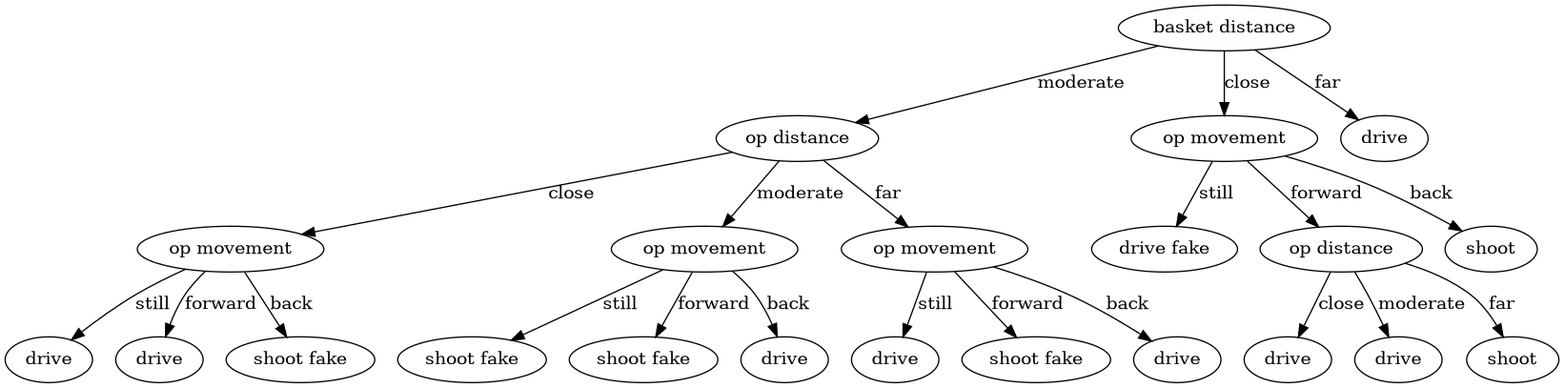
This is tree.gv.cairo.cairo.png from DreamAndDead/decision-trees-example, a Graphviz export, as it was before one commit. Its source is kept beside it as tree.gv. The source it was exported from:
```dot
digraph tree {
	0 [label="basket distance"]
	1 [label="op distance"]
	2 [label="op movement"]
	3 [label=drive]
	2 -> 3 [label=still]
	4 [label=drive]
	2 -> 4 [label=forward]
	5 [label="shoot fake"]
	2 -> 5 [label=back]
	1 -> 2 [label=close]
	6 [label="op movement"]
	7 [label="shoot fake"]
	6 -> 7 [label=still]
	8 [label="shoot fake"]
	6 -> 8 [label=forward]
	9 [label=drive]
	6 -> 9 [label=back]
	1 -> 6 [label=moderate]
	10 [label="op movement"]
	11 [label=drive]
	10 -> 11 [label=still]
	12 [label="shoot fake"]
	10 -> 12 [label=forward]
	13 [label=drive]
	10 -> 13 [label=back]
	1 -> 10 [label=far]
	0 -> 1 [label=moderate]
	14 [label="op movement"]
	15 [label="drive fake"]
	14 -> 15 [label=still]
	16 [label="op distance"]
	17 [label=drive]
	16 -> 17 [label=close]
	18 [label=drive]
	16 -> 18 [label=moderate]
	19 [label=shoot]
	16 -> 19 [label=far]
	14 -> 16 [label=forward]
	20 [label=shoot]
	14 -> 20 [label=back]
	0 -> 14 [label=close]
	21 [label=drive]
	0 -> 21 [label=far]
}
```
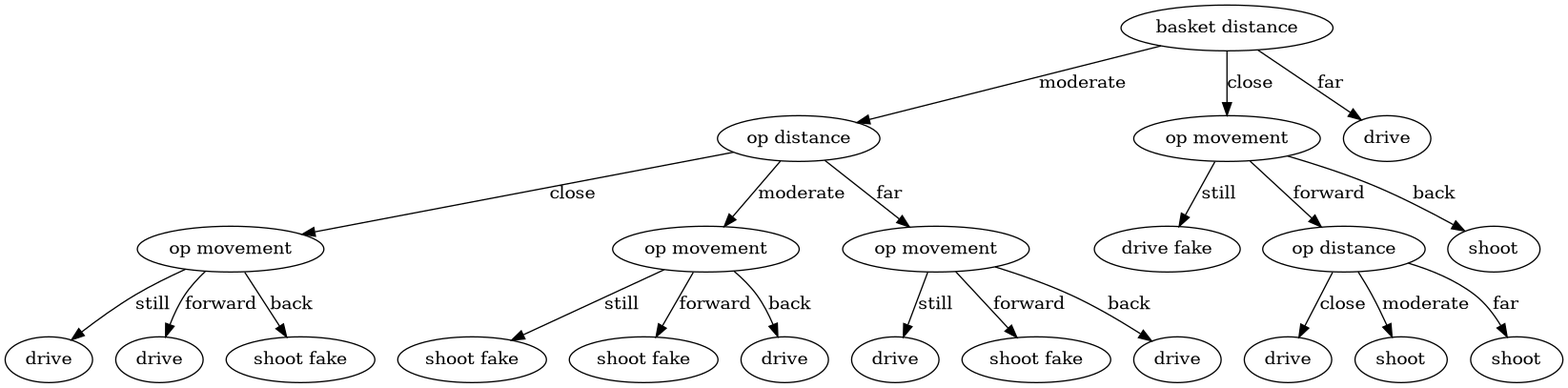
Above is the later version.

Change to the diagram source:
```diff
@@ -1,45 +1,45 @@
 digraph tree {
-	0 [label="basket distance"]
-	1 [label="op distance"]
-	2 [label="op movement"]
-	3 [label=drive]
-	2 -> 3 [label=still]
-	4 [label=drive]
-	2 -> 4 [label=forward]
-	5 [label="shoot fake"]
-	2 -> 5 [label=back]
-	1 -> 2 [label=close]
-	6 [label="op movement"]
-	7 [label="shoot fake"]
-	6 -> 7 [label=still]
-	8 [label="shoot fake"]
-	6 -> 8 [label=forward]
-	9 [label=drive]
-	6 -> 9 [label=back]
-	1 -> 6 [label=moderate]
-	10 [label="op movement"]
-	11 [label=drive]
-	10 -> 11 [label=still]
-	12 [label="shoot fake"]
-	10 -> 12 [label=forward]
-	13 [label=drive]
-	10 -> 13 [label=back]
-	1 -> 10 [label=far]
-	0 -> 1 [label=moderate]
-	14 [label="op movement"]
-	15 [label="drive fake"]
-	14 -> 15 [label=still]
-	16 [label="op distance"]
-	17 [label=drive]
-	16 -> 17 [label=close]
-	18 [label=drive]
-	16 -> 18 [label=moderate]
-	19 [label=shoot]
-	16 -> 19 [label=far]
-	14 -> 16 [label=forward]
-	20 [label=shoot]
-	14 -> 20 [label=back]
-	0 -> 14 [label=close]
-	21 [label=drive]
-	0 -> 21 [label=far]
+	22 [label="basket distance"]
+	23 [label="op distance"]
+	24 [label="op movement"]
+	25 [label=drive]
+	24 -> 25 [label=still]
+	26 [label=drive]
+	24 -> 26 [label=forward]
+	27 [label="shoot fake"]
+	24 -> 27 [label=back]
+	23 -> 24 [label=close]
+	28 [label="op movement"]
+	29 [label="shoot fake"]
+	28 -> 29 [label=still]
+	30 [label="shoot fake"]
+	28 -> 30 [label=forward]
+	31 [label=drive]
+	28 -> 31 [label=back]
+	23 -> 28 [label=moderate]
+	32 [label="op movement"]
+	33 [label=drive]
+	32 -> 33 [label=still]
+	34 [label="shoot fake"]
+	32 -> 34 [label=forward]
+	35 [label=drive]
+	32 -> 35 [label=back]
+	23 -> 32 [label=far]
+	22 -> 23 [label=moderate]
+	36 [label="op movement"]
+	37 [label="drive fake"]
+	36 -> 37 [label=still]
+	38 [label="op distance"]
+	39 [label=drive]
+	38 -> 39 [label=close]
+	40 [label=shoot]
+	38 -> 40 [label=moderate]
+	41 [label=shoot]
+	38 -> 41 [label=far]
+	36 -> 38 [label=forward]
+	42 [label=shoot]
+	36 -> 42 [label=back]
+	22 -> 36 [label=close]
+	43 [label=drive]
+	22 -> 43 [label=far]
 }
```
